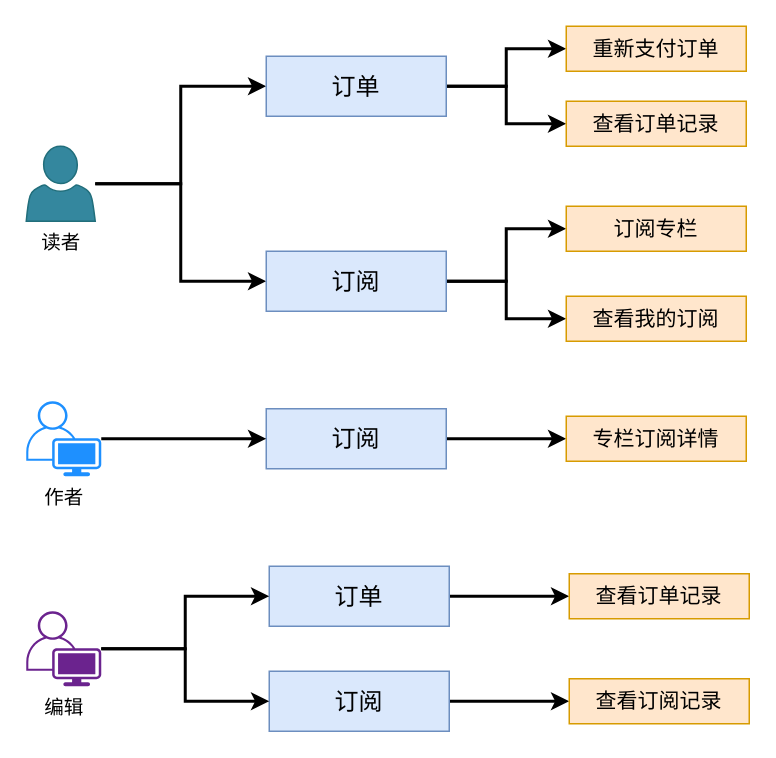
The draw.io diagram page "用例图" (26 of 31) of docs/智慧课堂技术设计.drawio in eyebluecn/sc-misc, before the edit. Source tidied: cells renumbered, new cells numbered last; positions are measured from the earlier drawing's top-left corner, leaving out a move shared by most shapes. Both pictures are drawn from the tidied source at 150%, with x=0, y=0 at pixel (26, 26).
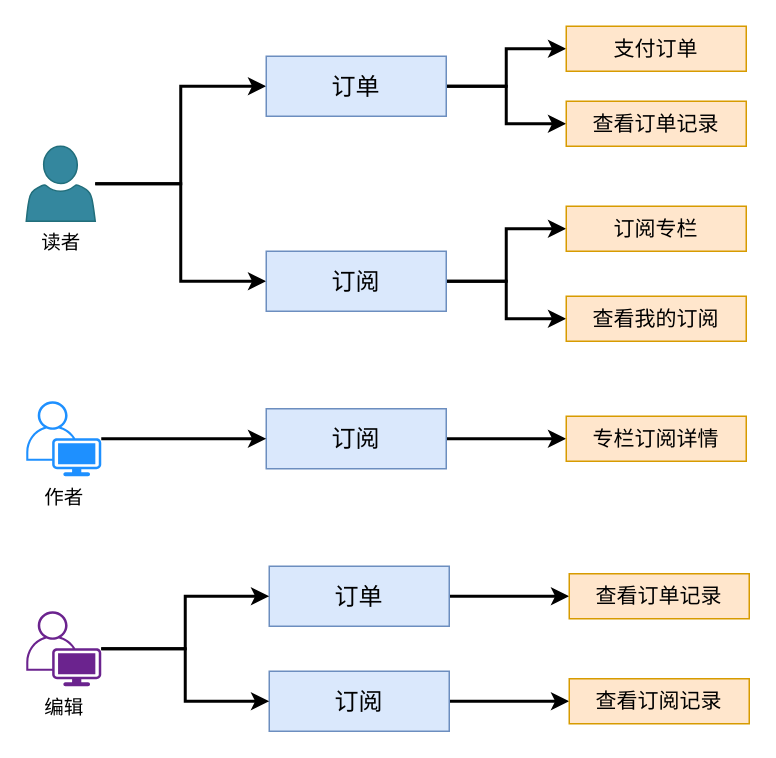
After the change.

Diff of the diagram source:
```diff
@@
-    <mxCell id="11" value="重新支付订单" style="rounded=0;whiteSpace=wrap;html=1;fontSize=14;fillColor=#ffe6cc;strokeColor=#d79b00;" parent="1" vertex="1">
+    <mxCell id="11" value="支付订单" style="rounded=0;whiteSpace=wrap;html=1;fontSize=14;fillColor=#ffe6cc;strokeColor=#d79b00;" parent="1" vertex="1">
       <mxGeometry x="360" width="120" height="30" as="geometry" />
     </mxCell>
```
